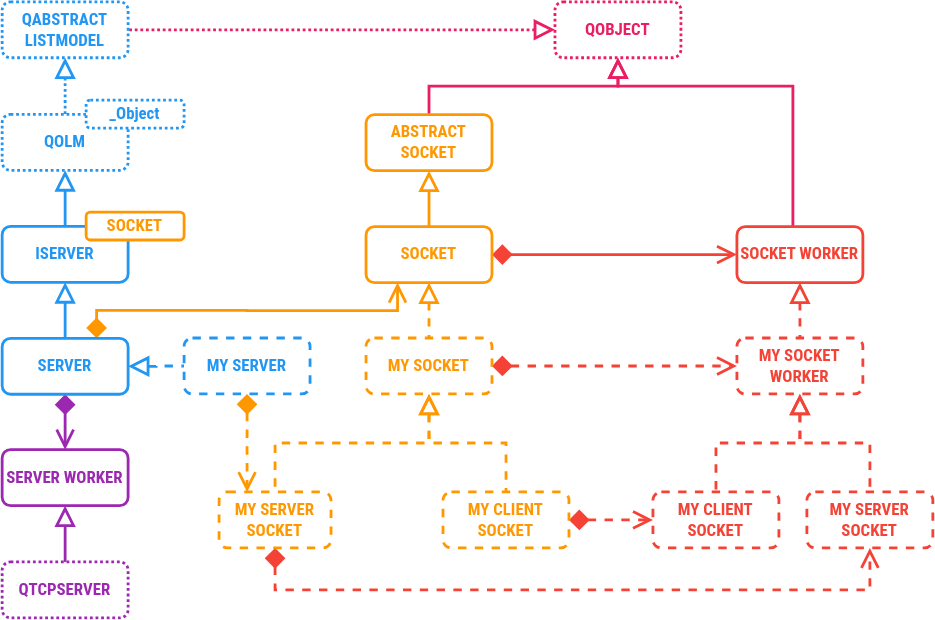
Earlier version of the draw.io export docs/ClassDiagram.svg (OlivierLDff/NetTcp). Source tidied: cells renumbered, new cells last; positions are measured from the earlier drawing's top-left corner, leaving out a move shared by most shapes.
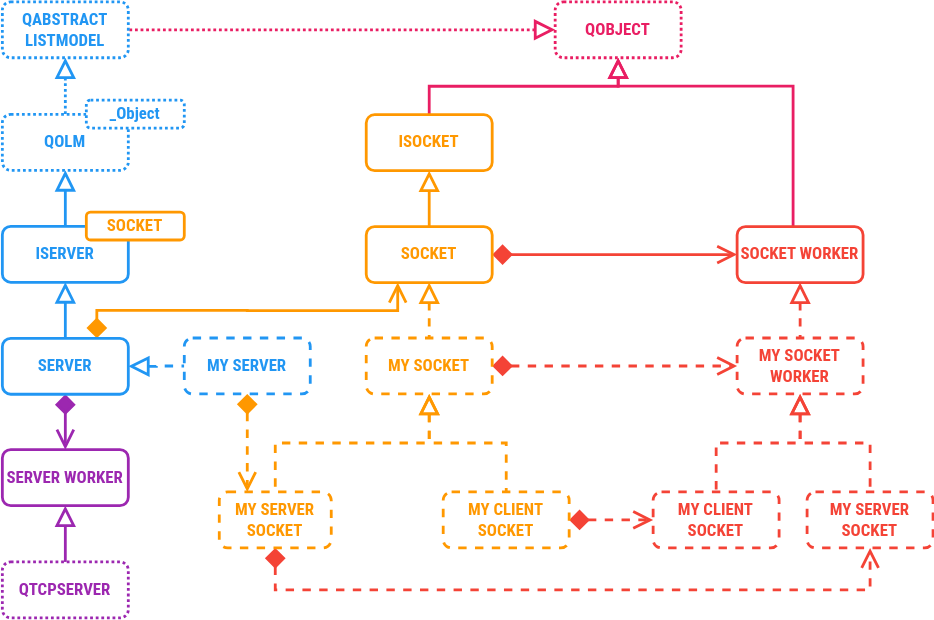
The same diagram one commit later.

Diff of the diagram source:
```diff
@@ -73,7 +73,7 @@
     <mxCell id="23" style="edgeStyle=orthogonalEdgeStyle;rounded=0;jettySize=auto;html=1;exitX=0.5;exitY=1;exitDx=0;exitDy=0;startArrow=block;startFill=0;startSize=10;endArrow=none;endFill=0;endSize=10;strokeColor=#FF9800;strokeWidth=2;fontFamily=Roboto Condensed;fontColor=#2196F3;" parent="1" edge="1" source="24" target="26">
       <mxGeometry relative="1" as="geometry" />
     </mxCell>
-    <mxCell id="24" value="ABSTRACT SOCKET" style="rounded=1;whiteSpace=wrap;html=1;strokeWidth=2;fontStyle=1;fontFamily=Roboto Condensed;FType=g;fontColor=#FF9800;strokeColor=#FF9800;fillColor=#ffffff;" parent="1" vertex="1">
+    <mxCell id="24" value="ISOCKET" style="rounded=1;whiteSpace=wrap;html=1;strokeWidth=2;fontStyle=1;fontFamily=Roboto Condensed;FType=g;fontColor=#FF9800;strokeColor=#FF9800;fillColor=#ffffff;" parent="1" vertex="1">
       <mxGeometry x="260" y="80.4" width="90" height="40" as="geometry" />
     </mxCell>
     <mxCell id="25" style="edgeStyle=orthogonalEdgeStyle;rounded=0;jettySize=auto;html=1;exitX=1;exitY=0.5;exitDx=0;exitDy=0;startArrow=diamond;startFill=1;startSize=10;endArrow=open;endFill=0;endSize=10;strokeColor=#f44336;strokeWidth=2;fontColor=#f44336;entryX=0;entryY=0.5;entryDx=0;entryDy=0;" parent="1" edge="1" source="26" target="31">
```
